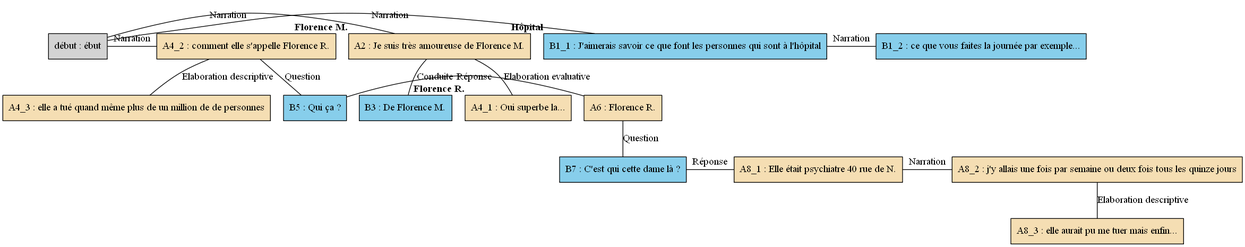
Earlier version of the Graphviz export arbres/Florence/Florence_-_E02.gv.png (AlaixComet/AnnotationSlamPTut). Its source is kept beside it as arbres/Florence/Florence_-_E02.gv.
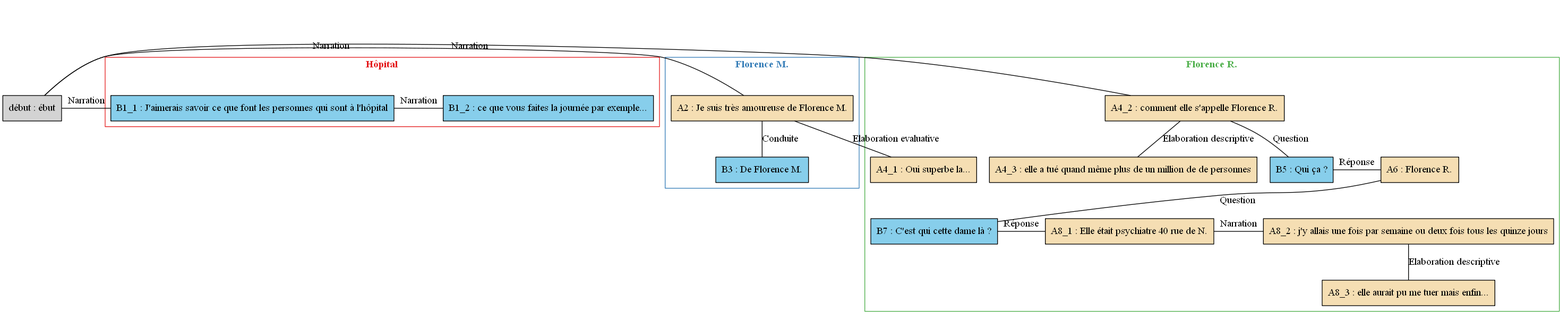
The same diagram one commit later.

Diff of the diagram source:
```diff
@@ -1,65 +1,71 @@
 digraph E02 {
 	node [shape=box style=filled]
-	"début" [label="début : ébut" xlabel=""]
-	B1_1 [label="B1_1 : J'aimerais savoir ce que font les personnes qui sont à l'hôpital" fillcolor=skyblue xlabel=<<B>Hôpital</B>>]
-	B1_2 [label="B1_2 : ce que vous faites la journée par exemple..." fillcolor=skyblue xlabel=""]
-	A2 [label="A2 : Je suis très amoureuse de Florence M." fillcolor=wheat xlabel=<<B>Florence M.</B>>]
-	B3 [label="B3 : De Florence M." fillcolor=skyblue xlabel=""]
-	A4_1 [label="A4_1 : Oui superbe la..." fillcolor=wheat xlabel=<<B>Florence R.</B>>]
-	A4_2 [label="A4_2 : comment elle s'appelle Florence R." fillcolor=wheat xlabel=""]
-	A4_3 [label="A4_3 : elle a tué quand même plus de un million de de personnes" fillcolor=wheat xlabel=""]
-	B5 [label="B5 : Qui ça ?" fillcolor=skyblue xlabel=""]
-	A6 [label="A6 : Florence R." fillcolor=wheat xlabel=""]
-	B7 [label="B7 : C'est qui cette dame là ?" fillcolor=skyblue xlabel=""]
-	A8_1 [label="A8_1 : Elle était psychiatre 40 rue de N." fillcolor=wheat xlabel=""]
-	A8_2 [label="A8_2 : j'y allais une fois par semaine ou deux fois tous les quinze jours" fillcolor=wheat xlabel=""]
-	A8_3 [label="A8_3 : elle aurait pu me tuer mais enfin..." fillcolor=wheat xlabel=""]
-	{
-		rank=same
-		"début"
-		B1_1
-		"début" -> B1_1 [label=Narration dir=none]
-	}
-	{
-		rank=same
+	newrank=true
+	zero [style=invis]
+	"début" [label="début : ébut"]
+	B1_1 [label="B1_1 : J'aimerais savoir ce que font les personnes qui sont à l'hôpital" fillcolor=skyblue]
+	B1_2 [label="B1_2 : ce que vous faites la journée par exemple..." fillcolor=skyblue]
+	A2 [label="A2 : Je suis très amoureuse de Florence M." fillcolor=wheat]
+	B3 [label="B3 : De Florence M." fillcolor=skyblue]
+	A4_1 [label="A4_1 : Oui superbe la..." fillcolor=wheat]
+	A4_2 [label="A4_2 : comment elle s'appelle Florence R." fillcolor=wheat]
+	A4_3 [label="A4_3 : elle a tué quand même plus de un million de de personnes" fillcolor=wheat]
+	B5 [label="B5 : Qui ça ?" fillcolor=skyblue]
+	A6 [label="A6 : Florence R." fillcolor=wheat]
+	B7 [label="B7 : C'est qui cette dame là ?" fillcolor=skyblue]
+	A8_1 [label="A8_1 : Elle était psychiatre 40 rue de N." fillcolor=wheat]
+	A8_2 [label="A8_2 : j'y allais une fois par semaine ou deux fois tous les quinze jours" fillcolor=wheat]
+	A8_3 [label="A8_3 : elle aurait pu me tuer mais enfin..." fillcolor=wheat]
+	zero -> "début" [label="" style=invis]
+	zero -> B1_1 [style=invis weight=1]
+	"début" -> B1_1 [label=Narration constraint=false dir=none]
+	zero -> B1_2 [style=invis weight=1]
+	B1_1 -> B1_2 [label=Narration constraint=false dir=none]
+	zero -> A2 [style=invis weight=1]
+	"début" -> A2 [label=Narration constraint=false dir=none]
+	A2 -> B3 [label=Conduite dir=none weight=2]
+	A2 -> A4_1 [label="Elaboration evaluative" dir=none weight=2]
+	zero -> A4_2 [style=invis weight=1]
+	"début" -> A4_2 [label=Narration constraint=false dir=none]
+	A4_2 -> A4_3 [label="Elaboration descriptive" dir=none weight=2]
+	A4_2 -> B5 [label=Question dir=none weight=2]
+	A4_2 -> A6 [style=invis weight=1]
+	B5 -> A6 [label="Réponse" constraint=false dir=none]
+	A6 -> B7 [label=Question dir=none weight=2]
+	A6 -> A8_1 [style=invis weight=1]
+	B7 -> A8_1 [label="Réponse" constraint=false dir=none]
+	A6 -> A8_2 [style=invis weight=1]
+	A8_1 -> A8_2 [label=Narration constraint=false dir=none]
+	A8_2 -> A8_3 [label="Elaboration descriptive" dir=none weight=2]
+	subgraph cluster_1 {
+		label=<<B>Hôpital</B>>
+		colorscheme=set19
+		color=1
+		fontcolor=1
 		B1_1
 		B1_2
-		B1_1 -> B1_2 [label=Narration dir=none]
 	}
-	{
-		rank=same
-		"début"
+	subgraph cluster_2 {
+		label=<<B>Florence M.</B>>
+		colorscheme=set19
+		color=2
+		fontcolor=2
 		A2
-		"début" -> A2 [label=Narration dir=none]
+		B3
 	}
-	A2 -> B3 [label=Conduite dir=none]
-	A2 -> A4_1 [label="Elaboration evaluative" dir=none]
-	{
-		rank=same
-		"début"
+	subgraph cluster_3 {
+		label=<<B>Florence R.</B>>
+		colorscheme=set19
+		color=3
+		fontcolor=3
+		A4_1
 		A4_2
-		"début" -> A4_2 [label=Narration dir=none]
-	}
-	A4_2 -> A4_3 [label="Elaboration descriptive" dir=none]
-	A4_2 -> B5 [label=Question dir=none]
-	{
-		rank=same
+		A4_3
 		B5
 		A6
-		B5 -> A6 [label="Réponse" dir=none]
-	}
-	A6 -> B7 [label=Question dir=none]
-	{
-		rank=same
 		B7
 		A8_1
-		B7 -> A8_1 [label="Réponse" dir=none]
+		A8_2
+		A8_3
 	}
-	{
-		rank=same
-		A8_1
-		A8_2
-		A8_1 -> A8_2 [label=Narration dir=none]
-	}
-	A8_2 -> A8_3 [label="Elaboration descriptive" dir=none]
 }
```
